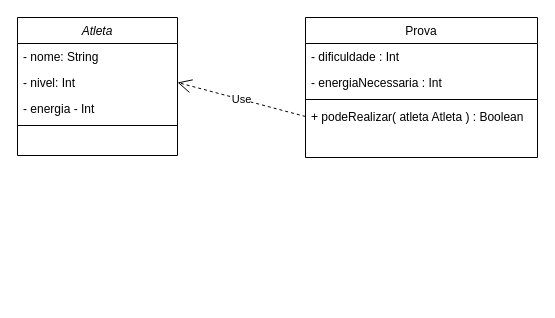
The draw.io diagram aula_05_introducao_exercicios/atletas_provas/atletas_provas.drawio in mariliamessias/digital_house_kotlin, before the edit. Source tidied: cells renumbered, new cells numbered last; positions are measured from the earlier drawing's top-left corner, leaving out a move shared by most shapes. Both pictures are drawn from the tidied source at 100%, with x=0, y=0 at pixel (17, 17).
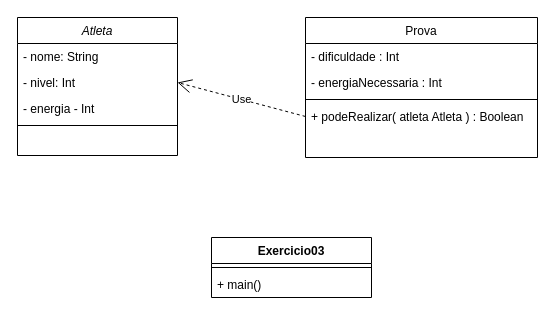
The same page after the edit.

Change to the diagram source:
```diff
@@
 <mxGraphModel>
   <root>
     <mxCell id="0" />
     <mxCell id="1" parent="0" />
     <mxCell id="2" value="Atleta" style="swimlane;fontStyle=2;align=center;verticalAlign=top;horizontal=1;startSize=26;rounded=0;shadow=0;strokeWidth=1;" parent="1" vertex="1">
       <mxGeometry width="160" height="138" as="geometry" />
     </mxCell>
     <mxCell id="3" value="- nome: String" style="text;align=left;verticalAlign=top;spacingLeft=4;spacingRight=4;overflow=hidden;" parent="2" vertex="1">
       <mxGeometry y="26" width="160" height="26" as="geometry" />
     </mxCell>
     <mxCell id="4" value="- nivel: Int" style="text;align=left;verticalAlign=top;spacingLeft=4;spacingRight=4;overflow=hidden;points=[[0,0.5],[1,0.5]];portConstraint=eastwest;rounded=0;shadow=0;html=0;" parent="2" vertex="1">
       <mxGeometry y="52" width="160" height="26" as="geometry" />
     </mxCell>
     <mxCell id="5" value="- energia - Int" style="text;align=left;verticalAlign=top;spacingLeft=4;spacingRight=4;overflow=hidden;rounded=0;shadow=0;html=0;" parent="2" vertex="1">
       <mxGeometry y="78" width="160" height="26" as="geometry" />
     </mxCell>
     <mxCell id="6" style="line;html=1;strokeWidth=1;align=left;verticalAlign=middle;spacingTop=-1;spacingLeft=3;spacingRight=3;labelPosition=right;" parent="2" vertex="1">
       <mxGeometry y="104" width="160" height="8" as="geometry" />
     </mxCell>
     <mxCell id="7" value="Prova" style="swimlane;fontStyle=0;align=center;verticalAlign=top;horizontal=1;startSize=26;rounded=0;shadow=0;strokeWidth=1;" parent="1" vertex="1">
       <mxGeometry x="288" width="232" height="140" as="geometry" />
     </mxCell>
     <mxCell id="8" value="- dificuldade : Int" style="text;align=left;verticalAlign=top;spacingLeft=4;spacingRight=4;overflow=hidden;" parent="7" vertex="1">
       <mxGeometry y="26" width="232" height="26" as="geometry" />
     </mxCell>
     <mxCell id="9" value="- energiaNecessaria : Int" style="text;align=left;verticalAlign=top;spacingLeft=4;spacingRight=4;overflow=hidden;" parent="7" vertex="1">
       <mxGeometry y="52" width="232" height="26" as="geometry" />
     </mxCell>
     <mxCell id="10" style="line;html=1;strokeWidth=1;align=left;verticalAlign=middle;spacingTop=-1;spacingLeft=3;spacingRight=3;labelPosition=right;" parent="7" vertex="1">
       <mxGeometry y="78" width="232" height="8" as="geometry" />
     </mxCell>
     <mxCell id="11" value="+ podeRealizar( atleta Atleta ) : Boolean" style="text;align=left;verticalAlign=top;spacingLeft=4;spacingRight=4;overflow=hidden;points=[[0,0.5],[1,0.5]];portConstraint=eastwest;" parent="7" vertex="1">
       <mxGeometry y="86" width="232" height="26" as="geometry" />
     </mxCell>
     <mxCell id="12" value="Use" style="endArrow=open;endSize=12;dashed=1;html=1;exitX=0;exitY=0.5;exitDx=0;exitDy=0;entryX=1;entryY=0.5;entryDx=0;entryDy=0;" parent="1" edge="1" source="11" target="4">
       <mxGeometry relative="1" as="geometry" />
     </mxCell>
+    <mxCell id="13" value="Exercicio03" style="swimlane;fontStyle=1;align=center;verticalAlign=top;horizontal=1;startSize=26;" parent="1" vertex="1">
+      <mxGeometry x="194" y="220" width="160" height="60" as="geometry" />
+    </mxCell>
+    <mxCell id="14" style="line;strokeWidth=1;fillColor=none;align=left;verticalAlign=middle;spacingTop=-1;spacingLeft=3;spacingRight=3;labelPosition=right;" parent="13" vertex="1">
+      <mxGeometry y="26" width="160" height="8" as="geometry" />
+    </mxCell>
+    <mxCell id="15" value="+ main()" style="text;strokeColor=none;fillColor=none;align=left;verticalAlign=top;spacingLeft=4;spacingRight=4;overflow=hidden;" parent="13" vertex="1">
+      <mxGeometry y="34" width="160" height="26" as="geometry" />
+    </mxCell>
   </root>
 </mxGraphModel>
```
